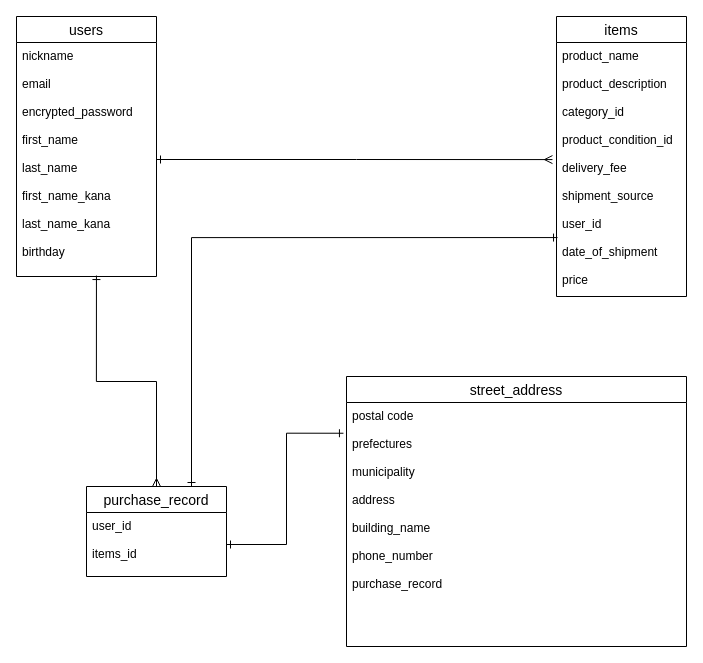
shuta0417/furima-31790 keeps this draw.io diagram as config/furima.dio. Above is the earlier version. Source tidied: cells renumbered, new cells numbered last; positions are measured from the earlier drawing's top-left corner, leaving out a move shared by most shapes. Both pictures are drawn from the tidied source at 100%, with x=0, y=0 at pixel (16, 16).
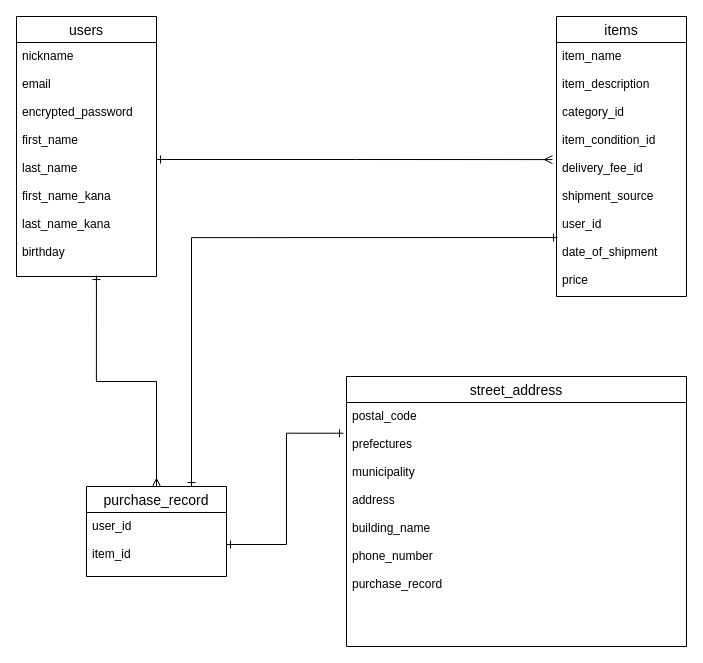
After the change.

Commit message (it also covers changes not shown here):
テーブル設定レビュー依頼５

Change to the diagram source:
```diff
@@
 <mxGraphModel>
   <root>
     <mxCell id="0" />
     <mxCell id="1" parent="0" />
     <mxCell id="2" value="items" style="swimlane;fontStyle=0;horizontal=1;startSize=26;align=center;fontSize=14;" parent="1" vertex="1">
       <mxGeometry x="540" width="130" height="280" as="geometry" />
     </mxCell>
-    <mxCell id="3" value="product_name &#10;&#10;product_description&#10; &#10;category_id&#10; &#10;product_condition_id&#10; &#10;delivery_fee&#10; &#10;shipment_source&#10; &#10;user_id&#10; &#10;date_of_shipment&#10; &#10;price" style="text;strokeColor=none;fillColor=none;spacingLeft=4;spacingRight=4;overflow=hidden;points=[[0,0.5],[1,0.5]];portConstraint=eastwest;fontSize=12;" parent="2" vertex="1">
+    <mxCell id="3" value="item_name &#10;&#10;item_description&#10; &#10;category_id&#10; &#10;item_condition_id&#10; &#10;delivery_fee_id&#10; &#10;shipment_source&#10; &#10;user_id&#10; &#10;date_of_shipment&#10; &#10;price" style="text;strokeColor=none;fillColor=none;spacingLeft=4;spacingRight=4;overflow=hidden;points=[[0,0.5],[1,0.5]];portConstraint=eastwest;fontSize=12;" parent="2" vertex="1">
       <mxGeometry y="26" width="130" height="254" as="geometry" />
     </mxCell>
     <mxCell id="4" value="users" style="swimlane;fontStyle=0;horizontal=1;startSize=26;align=center;fontSize=14;" parent="1" vertex="1">
       <mxGeometry width="140" height="260" as="geometry" />
     </mxCell>
     <mxCell id="5" value="nickname &#10;&#10;email&#10;&#10;encrypted_password&#10;&#10;first_name &#10;&#10;last_name &#10;&#10;first_name_kana &#10;&#10;last_name_kana &#10;&#10;birthday " style="text;strokeColor=none;fillColor=none;spacingLeft=4;spacingRight=4;overflow=hidden;points=[[0,0.5],[1,0.5]];portConstraint=eastwest;fontSize=12;" parent="4" vertex="1">
       <mxGeometry y="26" width="140" height="234" as="geometry" />
     </mxCell>
     <mxCell id="6" style="edgeStyle=orthogonalEdgeStyle;rounded=0;jettySize=auto;html=1;exitX=0.5;exitY=0;exitDx=0;exitDy=0;entryX=0.571;entryY=0.996;entryDx=0;entryDy=0;entryPerimeter=0;startArrow=ERmany;startFill=0;endArrow=ERone;endFill=0;" parent="1" edge="1" source="9" target="5">
       <mxGeometry relative="1" as="geometry" />
     </mxCell>
     <mxCell id="7" style="edgeStyle=orthogonalEdgeStyle;rounded=0;jettySize=auto;html=1;entryX=-0.031;entryY=0.461;entryDx=0;entryDy=0;entryPerimeter=0;startArrow=ERone;startFill=0;endArrow=ERmany;endFill=0;" parent="1" edge="1" source="5" target="3">
       <mxGeometry relative="1" as="geometry" />
     </mxCell>
     <mxCell id="8" style="edgeStyle=orthogonalEdgeStyle;rounded=0;jettySize=auto;html=1;exitX=0.75;exitY=0;exitDx=0;exitDy=0;entryX=0.008;entryY=0.768;entryDx=0;entryDy=0;entryPerimeter=0;startArrow=ERone;startFill=0;endArrow=ERone;endFill=0;" parent="1" edge="1" source="9" target="3">
       <mxGeometry relative="1" as="geometry" />
     </mxCell>
     <mxCell id="9" value="purchase_record" style="swimlane;fontStyle=0;horizontal=1;startSize=26;align=center;fontSize=14;" parent="1" vertex="1">
       <mxGeometry x="70" y="470" width="140" height="90" as="geometry" />
     </mxCell>
-    <mxCell id="10" value="user_id&#10;&#10;items_id " style="text;strokeColor=none;fillColor=none;spacingLeft=4;spacingRight=4;overflow=hidden;points=[[0,0.5],[1,0.5]];portConstraint=eastwest;fontSize=12;" parent="9" vertex="1">
+    <mxCell id="10" value="user_id&#10;&#10;item_id " style="text;strokeColor=none;fillColor=none;spacingLeft=4;spacingRight=4;overflow=hidden;points=[[0,0.5],[1,0.5]];portConstraint=eastwest;fontSize=12;" parent="9" vertex="1">
       <mxGeometry y="26" width="140" height="64" as="geometry" />
     </mxCell>
     <mxCell id="11" style="edgeStyle=orthogonalEdgeStyle;rounded=0;jettySize=auto;html=1;exitX=1;exitY=0.5;exitDx=0;exitDy=0;entryX=-0.009;entryY=0.126;entryDx=0;entryDy=0;entryPerimeter=0;startArrow=ERone;startFill=0;endArrow=ERone;endFill=0;" parent="1" edge="1" source="10" target="13">
       <mxGeometry relative="1" as="geometry" />
     </mxCell>
     <mxCell id="12" value="street_address" style="swimlane;fontStyle=0;horizontal=1;startSize=26;align=center;fontSize=14;" parent="1" vertex="1">
       <mxGeometry x="330" y="360" width="340" height="270" as="geometry" />
     </mxCell>
-    <mxCell id="13" value="postal code&#10;&#10;prefectures&#10;&#10;municipality&#10; &#10;address &#10;&#10;building_name &#10;&#10;phone_number&#10;&#10;purchase_record" style="text;strokeColor=none;fillColor=none;spacingLeft=4;spacingRight=4;overflow=hidden;points=[[0,0.5],[1,0.5]];portConstraint=eastwest;fontSize=12;" parent="12" vertex="1">
+    <mxCell id="13" value="postal_code&#10;&#10;prefectures&#10;&#10;municipality&#10; &#10;address &#10;&#10;building_name &#10;&#10;phone_number&#10;&#10;purchase_record" style="text;strokeColor=none;fillColor=none;spacingLeft=4;spacingRight=4;overflow=hidden;points=[[0,0.5],[1,0.5]];portConstraint=eastwest;fontSize=12;" parent="12" vertex="1">
       <mxGeometry y="26" width="340" height="244" as="geometry" />
     </mxCell>
   </root>
 </mxGraphModel>
```
